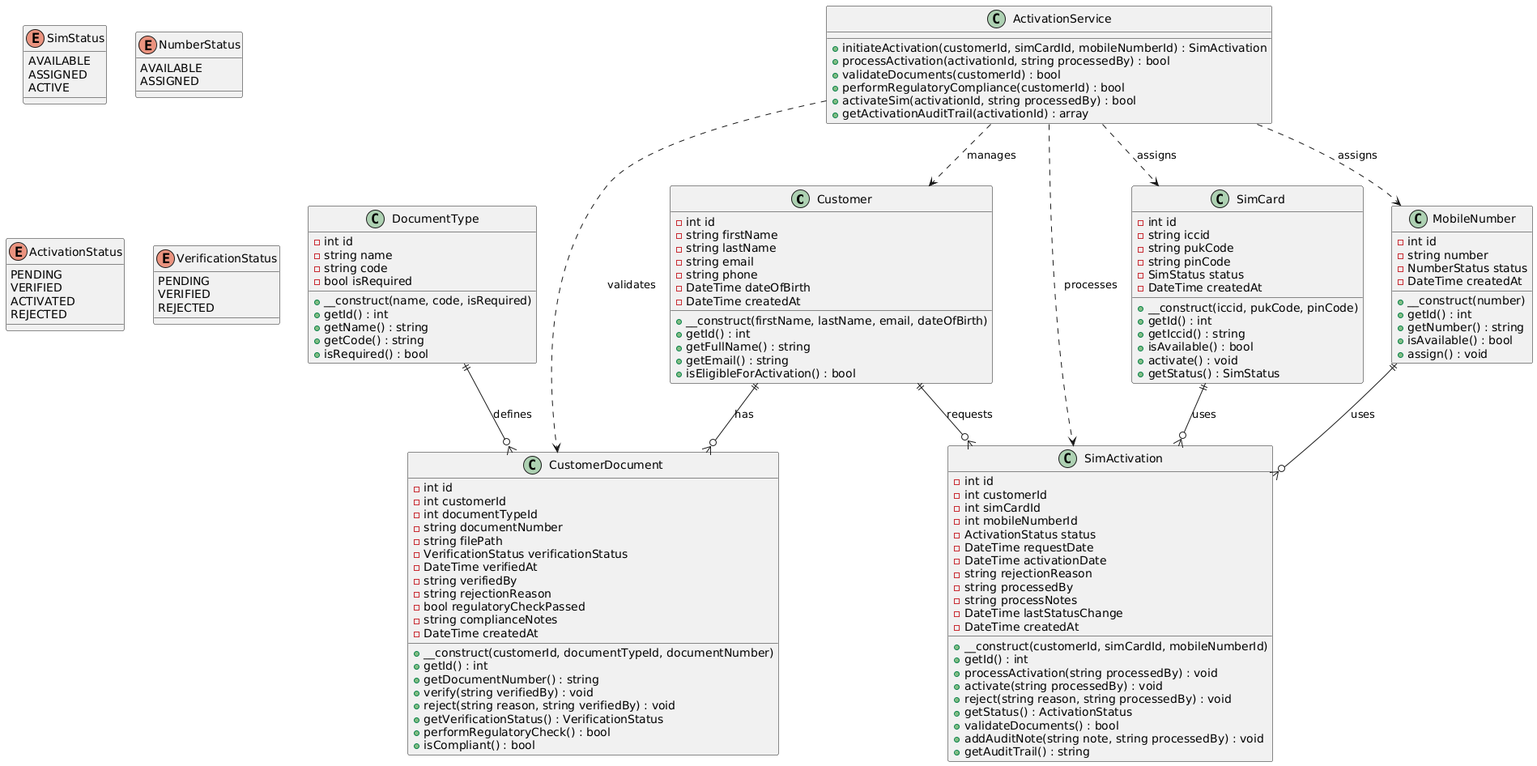
Above: class_diagram.png in ashanAnjana/-telecom-service-support-system-design (PlantUML), before the change.
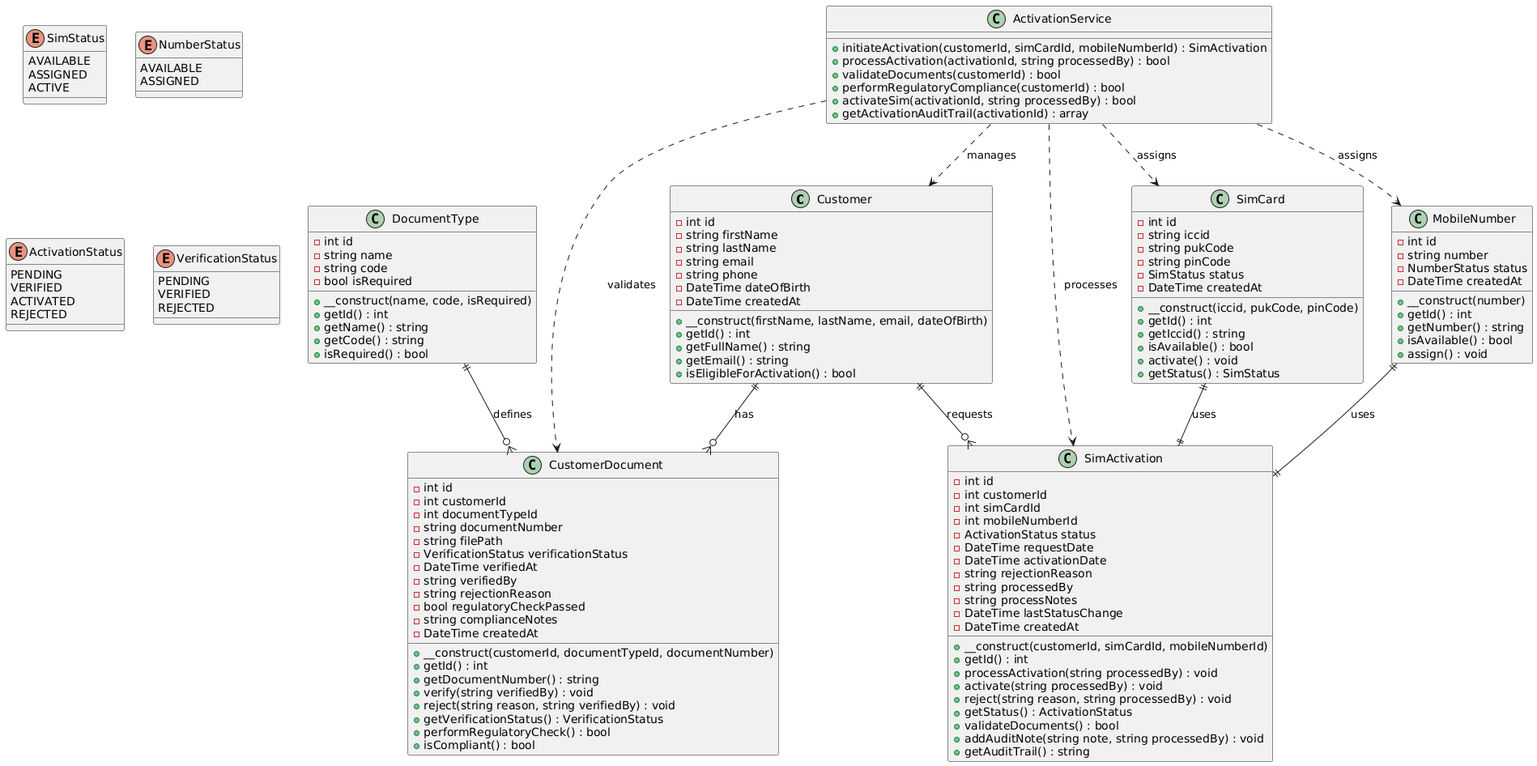
Above is the later version.

What changed in the source:
```diff
@@ -136,8 +136,8 @@
 Customer ||--o{ CustomerDocument : has
 Customer ||--o{ SimActivation : requests
 DocumentType ||--o{ CustomerDocument : defines
-SimCard ||--o{ SimActivation : uses
-MobileNumber ||--o{ SimActivation : uses
+SimCard ||--|| SimActivation : uses
+MobileNumber ||--|| SimActivation : uses
 
 ActivationService ..> Customer : manages
 ActivationService ..> SimCard : assigns
```
